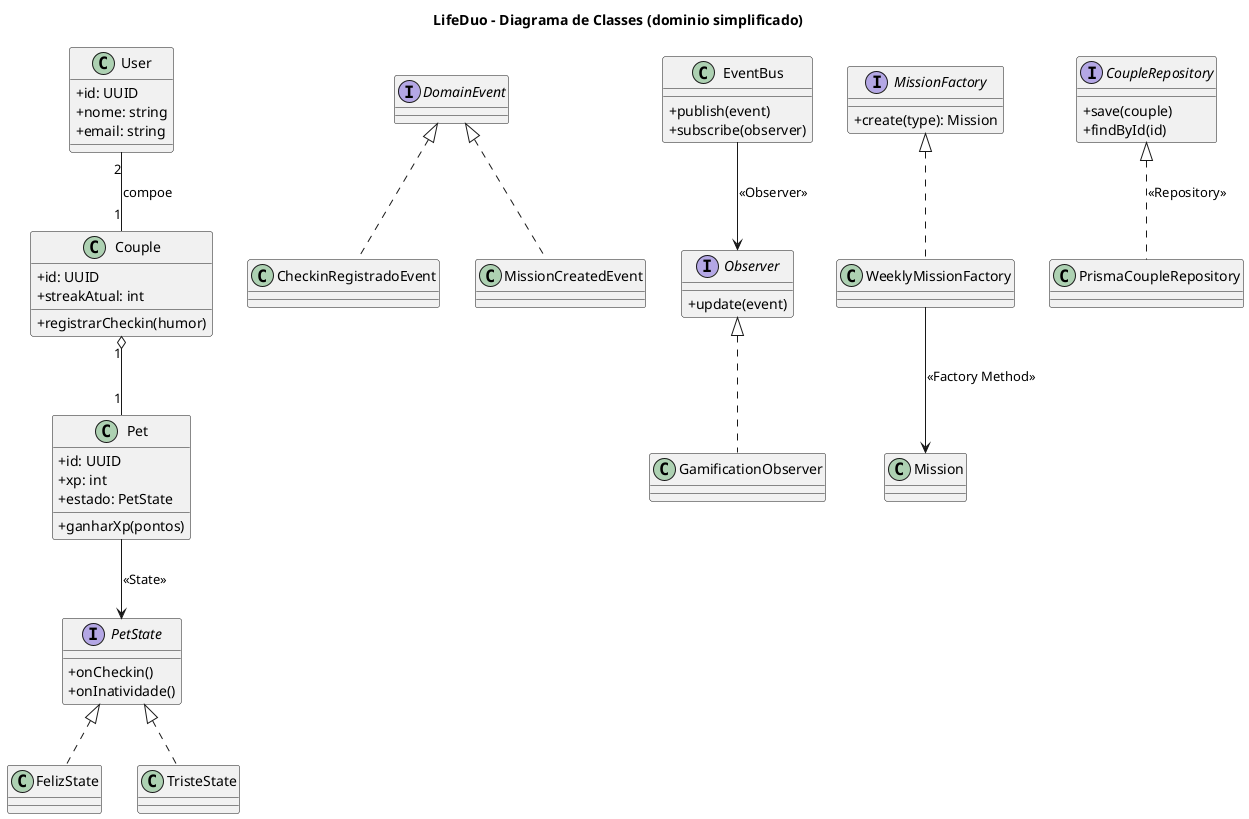
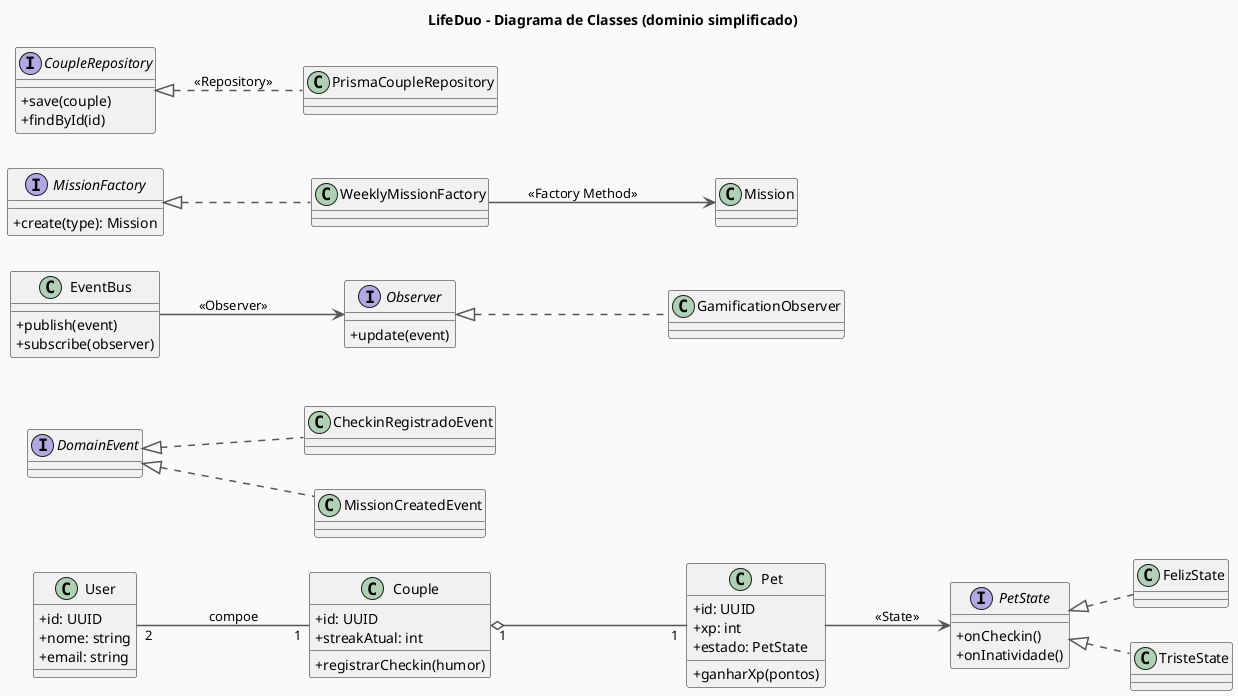
@startuml
+ skinparam backgroundColor #FAFAFA
+ skinparam shadowing false
+ skinparam sequenceArrowThickness 1.5
+ skinparam sequenceParticipantBorderColor #C2185B
+ skinparam sequenceParticipantBackgroundColor #F8BBD0
+ skinparam sequenceActorBorderColor #C2185B
+ skinparam sequenceActorBackgroundColor #F48FB1
+ skinparam sequenceLifeLineBorderColor #AD1457
+ skinparam sequenceArrowColor #880E4F
+ skinparam ArrowColor #880E4F
+ skinparam noteBorderColor #AD1457
+ skinparam noteBackgroundColor #FCE4EC
+ skinparam noteFontColor #880E4F
+ skinparam sequenceMessageFontColor #880E4F
+ skinparam databaseBorderColor #C2185B
+ skinparam databaseBackgroundColor #F8BBD0
+ skinparam collectionsBackgroundColor #F8BBD0
+ skinparam collectionsBorderColor #C2185B
+ 
+ left to right direction
+ skinparam backgroundColor #FAFAFA
+ skinparam shadowing false
+ skinparam usecase {
+   BackgroundColor #FFF0F5
+   BorderColor #E07AA0
+   FontSize 12
+ }
+ skinparam actor {
+   BackgroundColor #FCE4EC
+   BorderColor #E07AA0
+ }
+ skinparam ArrowColor #555555
+ 
title LifeDuo - Diagrama de Classes (dominio simplificado)
skinparam classAttributeIconSize 0

class Couple {
  +id: UUID
  +streakAtual: int
  +registrarCheckin(humor)
}

class User {
  +id: UUID
  +nome: string
  +email: string
}

class Pet {
  +id: UUID
  +xp: int
  +estado: PetState
  +ganharXp(pontos)
}

interface PetState {
  +onCheckin()
  +onInatividade()
}

class FelizState
class TristeState

interface DomainEvent
class CheckinRegistradoEvent
class MissionCreatedEvent
class EventBus {
  +publish(event)
  +subscribe(observer)
}
interface Observer {
  +update(event)
}
class GamificationObserver

interface MissionFactory {
  +create(type): Mission
}
class WeeklyMissionFactory
class Mission

interface CoupleRepository {
  +save(couple)
  +findById(id)
}
class PrismaCoupleRepository

User "2" -- "1" Couple : compoe
Couple "1" o-- "1" Pet
Pet --> PetState : <<State>>
PetState <|.. FelizState
PetState <|.. TristeState

DomainEvent <|.. CheckinRegistradoEvent
DomainEvent <|.. MissionCreatedEvent
Observer <|.. GamificationObserver
EventBus --> Observer : <<Observer>>

MissionFactory <|.. WeeklyMissionFactory
WeeklyMissionFactory --> Mission : <<Factory Method>>

CoupleRepository <|.. PrismaCoupleRepository : <<Repository>>
@enduml

